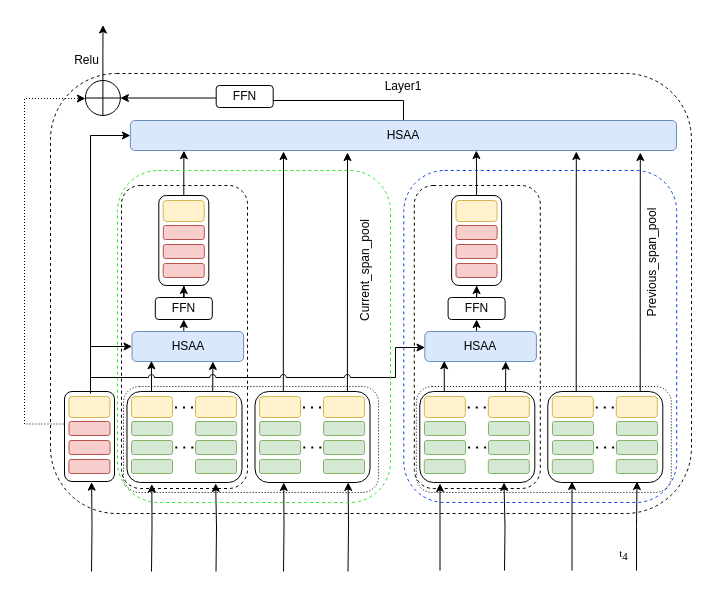
ZYNsama666/BackUp keeps this draw.io diagram as MyGNN_part.drawio. Above is the earlier version. Source tidied: cells renumbered, new cells numbered last; positions are measured from the earlier drawing's top-left corner, leaving out a move shared by most shapes. Both pictures are drawn from the tidied source at 100%, with x=0, y=0 at pixel (24, 25).
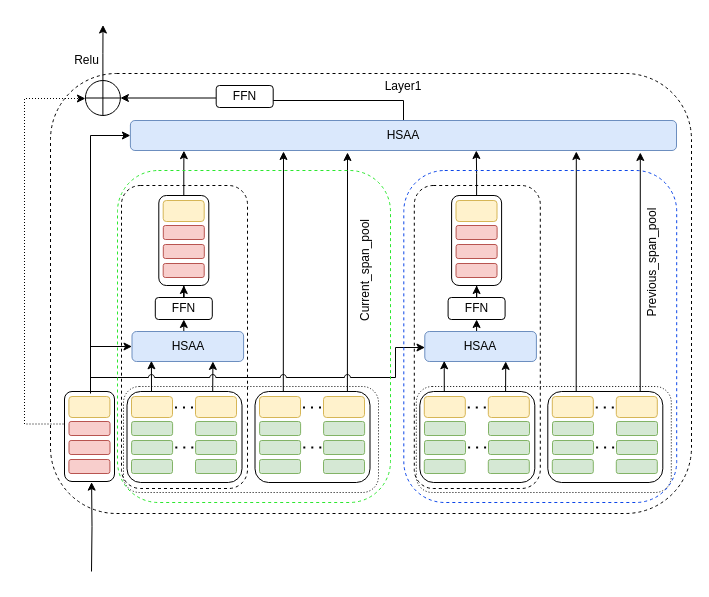
The same diagram, later.

Unchanged cells that the change refers to:
```xml
<mxCell id="42" style="rounded=1;whiteSpace=wrap;html=1;" parent="1" vertex="1">
  <mxGeometry x="102.5" y="366" width="115" height="91" as="geometry" />
</mxCell>
<mxCell id="53" style="rounded=1;whiteSpace=wrap;html=1;" parent="1" vertex="1">
  <mxGeometry x="230.5" y="366" width="115" height="91" as="geometry" />
</mxCell>
```

The edit, as a diff of the source:
```diff
@@
-    <mxCell id="24" style="edgeStyle=orthogonalEdgeStyle;rounded=0;jettySize=auto;html=1;entryX=0.216;entryY=1.017;entryDx=0;entryDy=0;entryPerimeter=0;" parent="1" edge="1" target="42">
-      <mxGeometry relative="1" as="geometry">
-        <mxPoint x="127" y="546" as="sourcePoint" />
-      </mxGeometry>
-    </mxCell>
-    <mxCell id="25" style="edgeStyle=orthogonalEdgeStyle;rounded=0;jettySize=auto;html=1;entryX=0.25;entryY=1;entryDx=0;entryDy=0;" parent="1" edge="1" target="53">
-      <mxGeometry relative="1" as="geometry">
-        <mxPoint x="259" y="546" as="sourcePoint" />
-      </mxGeometry>
-    </mxCell>
-    <mxCell id="26" style="edgeStyle=orthogonalEdgeStyle;rounded=0;jettySize=auto;html=1;entryX=0.771;entryY=1.01;entryDx=0;entryDy=0;entryPerimeter=0;" parent="1" edge="1" target="42">
-      <mxGeometry relative="1" as="geometry">
-        <mxPoint x="191.5" y="546" as="sourcePoint" />
-      </mxGeometry>
-    </mxCell>
-    <mxCell id="27" style="edgeStyle=orthogonalEdgeStyle;rounded=0;jettySize=auto;html=1;entryX=0.81;entryY=0.999;entryDx=0;entryDy=0;entryPerimeter=0;" parent="1" edge="1" target="53">
-      <mxGeometry relative="1" as="geometry">
-        <mxPoint x="323.5" y="546" as="sourcePoint" />
-      </mxGeometry>
-    </mxCell>
@@
-    <mxCell id="103" style="edgeStyle=orthogonalEdgeStyle;rounded=0;orthogonalLoop=1;jettySize=auto;html=1;entryX=0.216;entryY=1.017;entryDx=0;entryDy=0;entryPerimeter=0;" parent="1" edge="1">
-      <mxGeometry relative="1" as="geometry">
-        <mxPoint x="415.5" y="545" as="sourcePoint" />
-        <mxPoint x="415.5" y="458" as="targetPoint" />
-      </mxGeometry>
-    </mxCell>
-    <mxCell id="104" style="edgeStyle=orthogonalEdgeStyle;rounded=0;orthogonalLoop=1;jettySize=auto;html=1;entryX=0.25;entryY=1;entryDx=0;entryDy=0;" parent="1" edge="1">
-      <mxGeometry relative="1" as="geometry">
-        <mxPoint x="547.5" y="545" as="sourcePoint" />
-        <mxPoint x="547.5" y="456" as="targetPoint" />
-      </mxGeometry>
-    </mxCell>
-    <mxCell id="105" style="edgeStyle=orthogonalEdgeStyle;rounded=0;orthogonalLoop=1;jettySize=auto;html=1;entryX=0.771;entryY=1.01;entryDx=0;entryDy=0;entryPerimeter=0;" parent="1" edge="1">
-      <mxGeometry relative="1" as="geometry">
-        <mxPoint x="480" y="545" as="sourcePoint" />
-        <mxPoint x="479.5" y="457" as="targetPoint" />
-      </mxGeometry>
-    </mxCell>
-    <mxCell id="106" style="edgeStyle=orthogonalEdgeStyle;rounded=0;orthogonalLoop=1;jettySize=auto;html=1;entryX=0.81;entryY=0.999;entryDx=0;entryDy=0;entryPerimeter=0;" parent="1" edge="1">
-      <mxGeometry relative="1" as="geometry">
-        <mxPoint x="612" y="545" as="sourcePoint" />
-        <mxPoint x="612.5" y="456" as="targetPoint" />
-        <Array as="points">
-          <mxPoint x="612" y="501" />
-          <mxPoint x="613" y="501" />
-        </Array>
-      </mxGeometry>
-    </mxCell>
-    <mxCell id="107" value="&lt;font style=&quot;font-size: 11px;&quot; face=&quot;Times New Roman&quot;&gt;t&lt;sub style=&quot;font-size: 11px;&quot;&gt;4&lt;/sub&gt;&lt;/font&gt;" style="text;html=1;align=center;verticalAlign=middle;strokeColor=none;fillColor=none;" parent="1" vertex="1">
-      <mxGeometry x="585" y="514" width="27" height="30" as="geometry" />
-    </mxCell>
```
